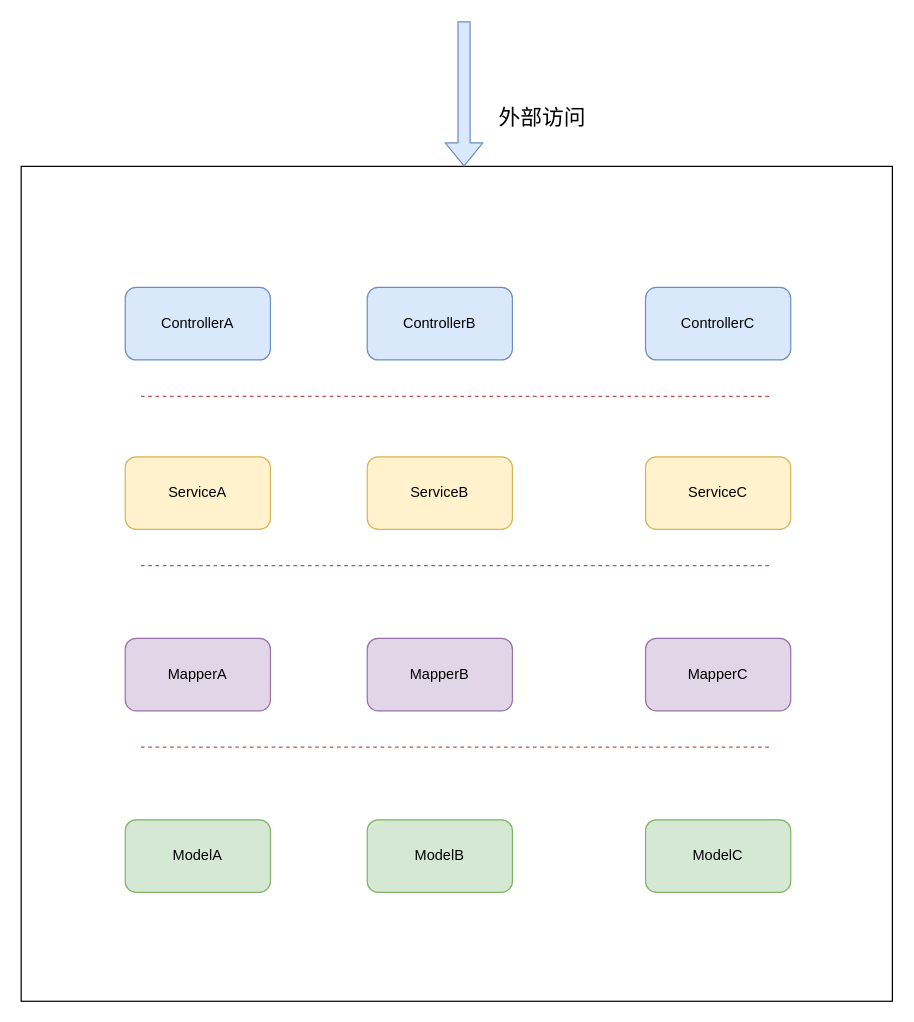
The draw.io diagram Untitled Diagram.drawio in prayjourney/img-home, before the edit. Source tidied: cells renumbered, new cells numbered last; positions are measured from the earlier drawing's top-left corner, leaving out a move shared by most shapes. Both pictures are drawn from the tidied source at 121%, with x=0, y=0 at pixel (21, 21).
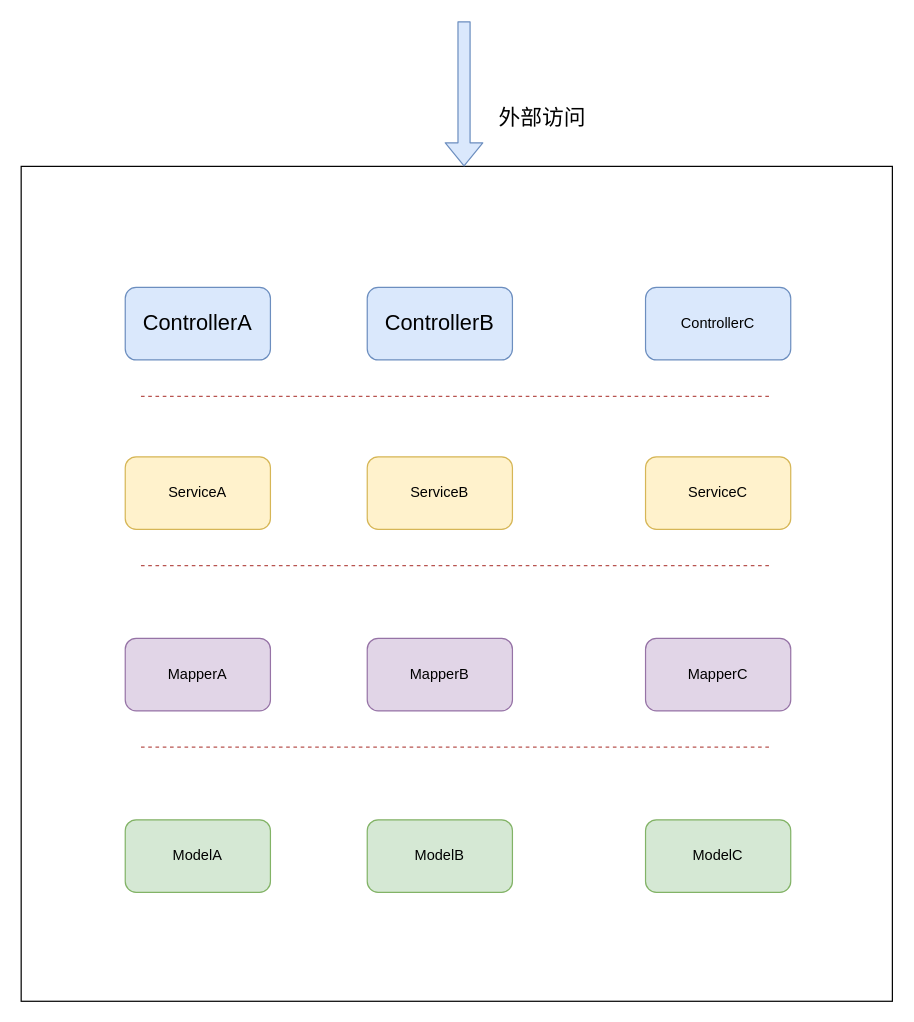
Above is the later version.

Diff of the diagram source:
```diff
@@
-    <mxCell id="3" value="ControllerA" style="rounded=1;whiteSpace=wrap;html=1;fillColor=#dae8fc;strokeColor=#6c8ebf;" parent="1" vertex="1">
+    <mxCell id="3" value="&lt;font style=&quot;font-size: 18px&quot; face=&quot;MSyahei&quot;&gt;ControllerA&lt;/font&gt;" style="rounded=1;whiteSpace=wrap;html=1;fillColor=#dae8fc;strokeColor=#6c8ebf;" parent="1" vertex="1">
       <mxGeometry x="86" y="220" width="120" height="60" as="geometry" />
     </mxCell>
-    <mxCell id="4" value="ControllerB" style="rounded=1;whiteSpace=wrap;html=1;fillColor=#dae8fc;strokeColor=#6c8ebf;" parent="1" vertex="1">
+    <mxCell id="4" value="&lt;font style=&quot;font-size: 18px&quot; face=&quot;MSYahei&quot;&gt;ControllerB&lt;/font&gt;" style="rounded=1;whiteSpace=wrap;html=1;fillColor=#dae8fc;strokeColor=#6c8ebf;" parent="1" vertex="1">
       <mxGeometry x="286" y="220" width="120" height="60" as="geometry" />
     </mxCell>
```
